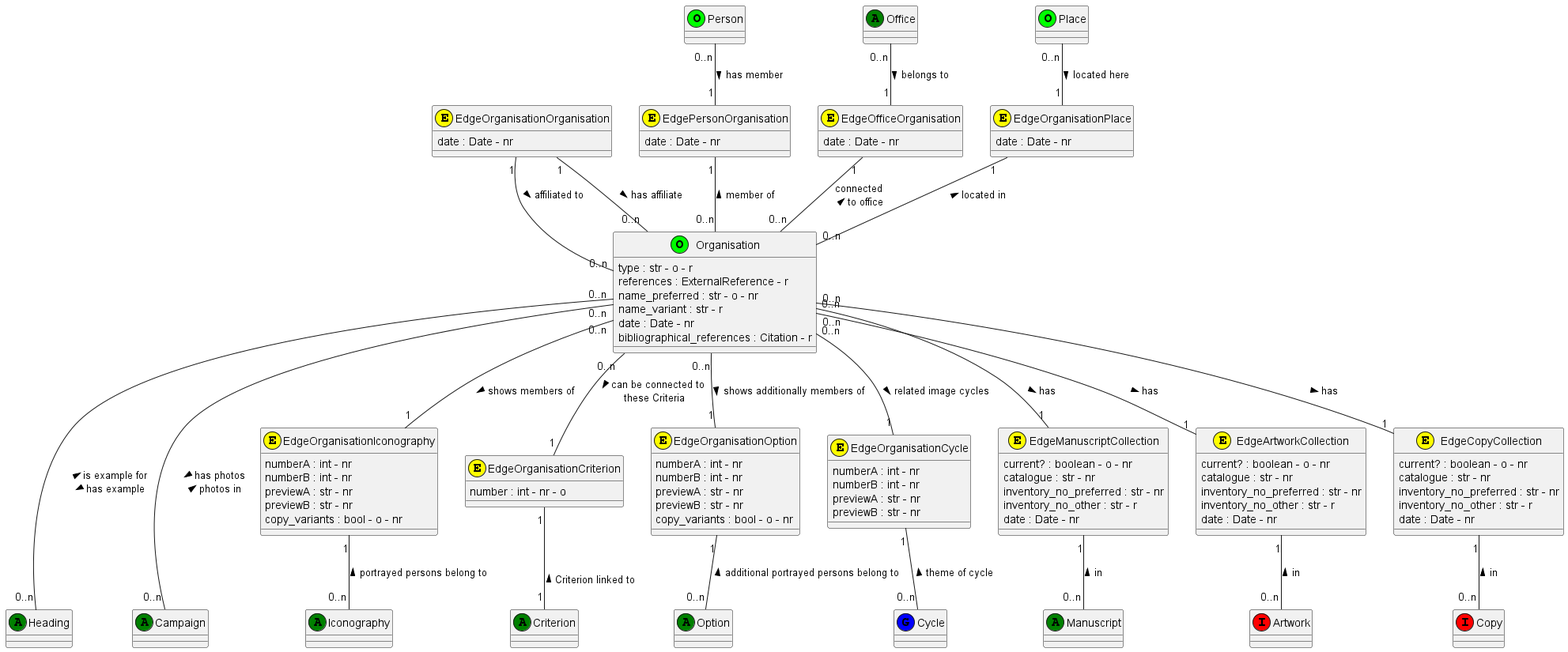
Before: documentation/class_diagrams/Organisation.png, a diagram exported from PlantUML (tmasch/bpf_be).
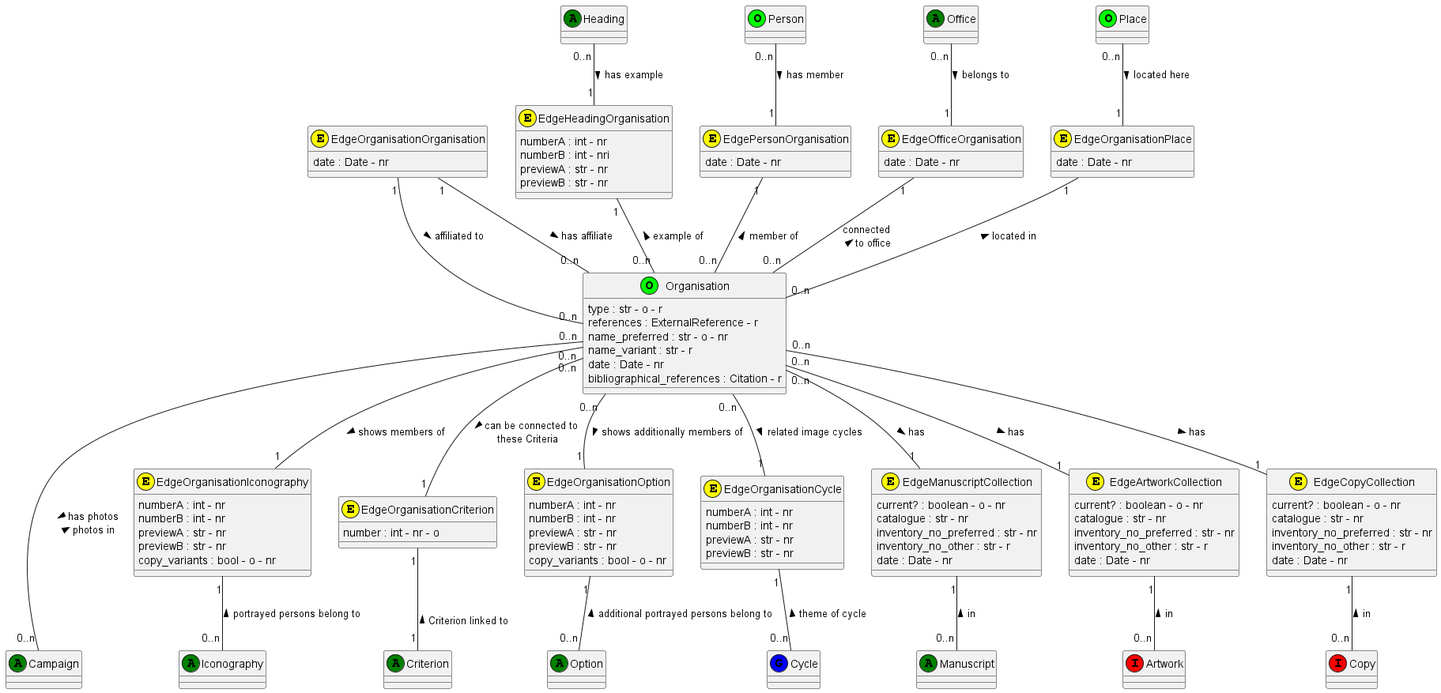
After the change.

What changed in the source:
```diff
@@ -35,6 +35,11 @@
 class EdgeOrganisationOrganisation <<(E,yellow)>>
 EdgeOrganisationOrganisation : date : Date - nr
 
+class EdgeHeadingOrganisation  <<(E,yellow)>>
+EdgeHeadingOrganisation : numberA : int - nr
+EdgeHeadingOrganisation : numberB : int - nri
+EdgeHeadingOrganisation : previewA : str - nr
+EdgeHeadingOrganisation : previewB : str - nr
 
 class EdgePersonOrganisation <<(E,yellow)>>
 EdgePersonOrganisation : date : Date - nr
@@ -93,6 +98,8 @@
 EdgeOrganisationOrganisation "1" -- "0..n" Organisation : affiliated to >
 EdgeOrganisationOrganisation "1" -- "0..n" Organisation : has affiliate >
 
+Heading "0..n" -- "1" EdgeHeadingOrganisation : > has example
+EdgeHeadingOrganisation "1" -- "0..n" Organisation: example of <
 
 Person "0..n" -- "1" EdgePersonOrganisation : has member >
 EdgePersonOrganisation "1" -- "0..n" Organisation : member of <
@@ -125,7 +132,6 @@
 Organisation "0..n" -- "1" EdgeCopyCollection : has >
 EdgeCopyCollection "1" -- "0..n" Copy : in <
 
-Organisation "0..n" --- "0..n" Heading : < is example for \n has example >
 
 Organisation "0..n" --- "0..n" Campaign : > has photos \n photos in <
 
```
